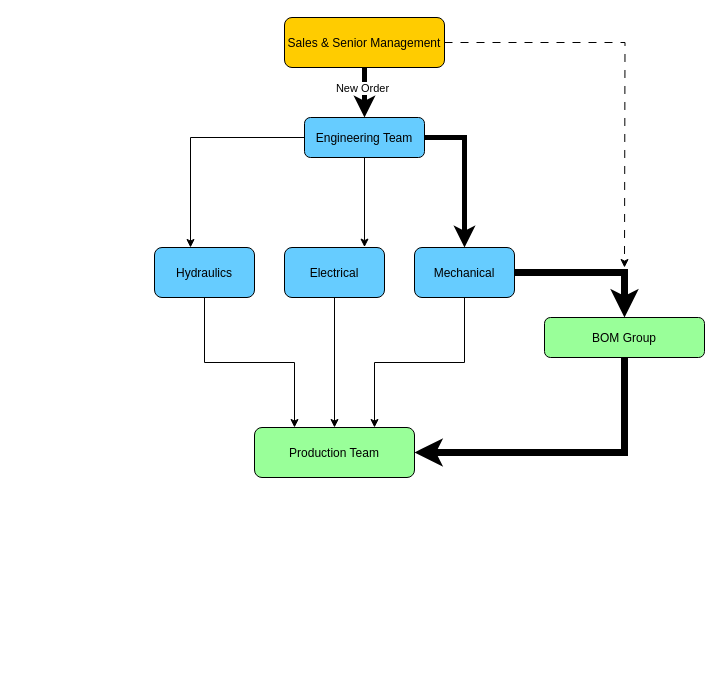
Above: page "General" (1 of 3) of Foremost Workflow.drawio in zackbanff/Flowcharts (draw.io), before the change. Source tidied: cells renumbered, new cells numbered last; positions are measured from the earlier drawing's top-left corner, leaving out a move shared by most shapes. Both pictures are drawn from the tidied source at 100%, with x=0, y=0 at pixel (154, 17).
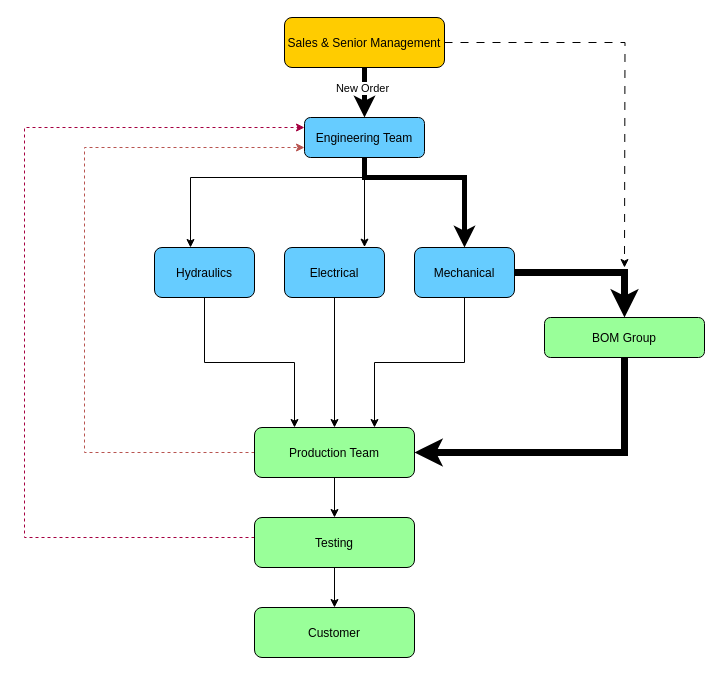
After the change.

The change refers to these unchanged cells:
```xml
<mxCell id="5" value="Engineering Team" style="rounded=1;fillColor=#66CCFF;" parent="1" vertex="1">
  <mxGeometry x="150" y="100" width="120" height="40" as="geometry" />
</mxCell>
<mxCell id="6" value="Production Team" style="rounded=1;fillColor=#99FF99;" parent="1" vertex="1">
  <mxGeometry x="100" y="410" width="160" height="50" as="geometry" />
</mxCell>
<mxCell id="9" value="Mechanical" style="rounded=1;fillColor=#66CCFF;" parent="1" vertex="1">
  <mxGeometry x="260" y="230" width="100" height="50" as="geometry" />
</mxCell>
<mxCell id="11" value="Hydraulics" style="rounded=1;fillColor=#66CCFF;" parent="1" vertex="1">
  <mxGeometry y="230" width="100" height="50" as="geometry" />
</mxCell>
```

What changed in the source:
```diff
@@
     <mxCell id="4" style="edgeStyle=orthogonalEdgeStyle;rounded=0;jettySize=auto;html=1;entryX=0.5;entryY=0;entryDx=0;entryDy=0;exitX=1;exitY=0.5;exitDx=0;exitDy=0;strokeWidth=5;" parent="1" edge="1" source="5" target="9">
-      <mxGeometry relative="1" as="geometry" />
+      <mxGeometry relative="1" as="geometry">
+        <Array as="points">
+          <mxPoint x="210" y="120" />
+          <mxPoint x="210" y="160" />
+          <mxPoint x="310" y="160" />
+        </Array>
+      </mxGeometry>
     </mxCell>
@@
+    <mxCell id="20" style="edgeStyle=orthogonalEdgeStyle;rounded=0;jettySize=auto;html=1;entryX=0.5;entryY=0;entryDx=0;entryDy=0;" parent="1" edge="1" source="6" target="24">
+      <mxGeometry relative="1" as="geometry" />
+    </mxCell>
+    <mxCell id="21" style="edgeStyle=orthogonalEdgeStyle;rounded=0;jettySize=auto;html=1;entryX=0;entryY=0.75;entryDx=0;entryDy=0;fillColor=#f8cecc;strokeColor=#b85450;dashed=1;" parent="1" edge="1" source="6" target="5">
+      <mxGeometry relative="1" as="geometry">
+        <Array as="points">
+          <mxPoint x="-70" y="435" />
+          <mxPoint x="-70" y="130" />
+        </Array>
+      </mxGeometry>
+    </mxCell>
@@
     <mxCell id="19" style="edgeStyle=orthogonalEdgeStyle;rounded=0;jettySize=auto;html=1;entryX=0.36;entryY=0;entryDx=0;entryDy=0;entryPerimeter=0;" parent="1" edge="1" source="5" target="11">
-      <mxGeometry relative="1" as="geometry" />
+      <mxGeometry relative="1" as="geometry">
+        <Array as="points">
+          <mxPoint x="210" y="160" />
+          <mxPoint x="36" y="160" />
+        </Array>
+      </mxGeometry>
     </mxCell>
+    <mxCell id="22" style="edgeStyle=orthogonalEdgeStyle;rounded=0;jettySize=auto;html=1;entryX=0.5;entryY=0;entryDx=0;entryDy=0;" parent="1" edge="1" source="24" target="25">
+      <mxGeometry relative="1" as="geometry" />
+    </mxCell>
+    <mxCell id="23" style="edgeStyle=orthogonalEdgeStyle;rounded=0;jettySize=auto;html=1;fillColor=#d80073;strokeColor=#A50040;dashed=1;" parent="1" edge="1" source="24">
+      <mxGeometry relative="1" as="geometry">
+        <mxPoint x="150" y="110" as="targetPoint" />
+        <Array as="points">
+          <mxPoint x="-130" y="520" />
+          <mxPoint x="-130" y="110" />
+          <mxPoint x="150" y="110" />
+        </Array>
+      </mxGeometry>
+    </mxCell>
+    <mxCell id="24" value="Testing" style="rounded=1;fillColor=#99FF99;" parent="1" vertex="1">
+      <mxGeometry x="100" y="500" width="160" height="50" as="geometry" />
+    </mxCell>
+    <mxCell id="25" value="Customer" style="rounded=1;fillColor=#99FF99;" parent="1" vertex="1">
+      <mxGeometry x="100" y="590" width="160" height="50" as="geometry" />
+    </mxCell>
```
